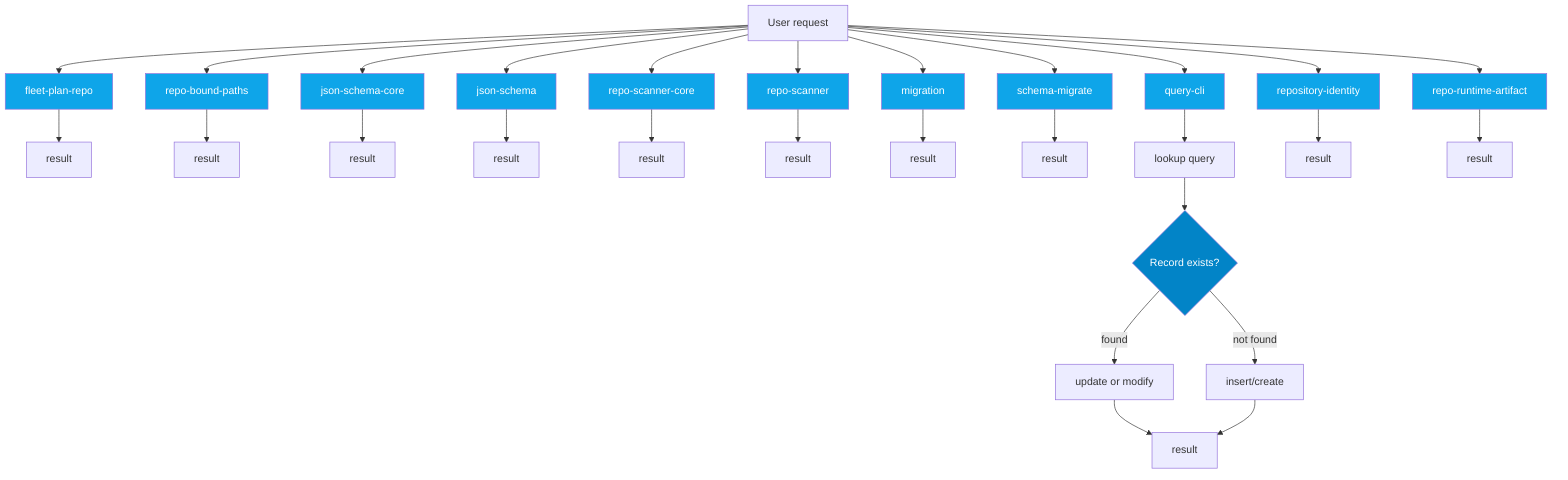
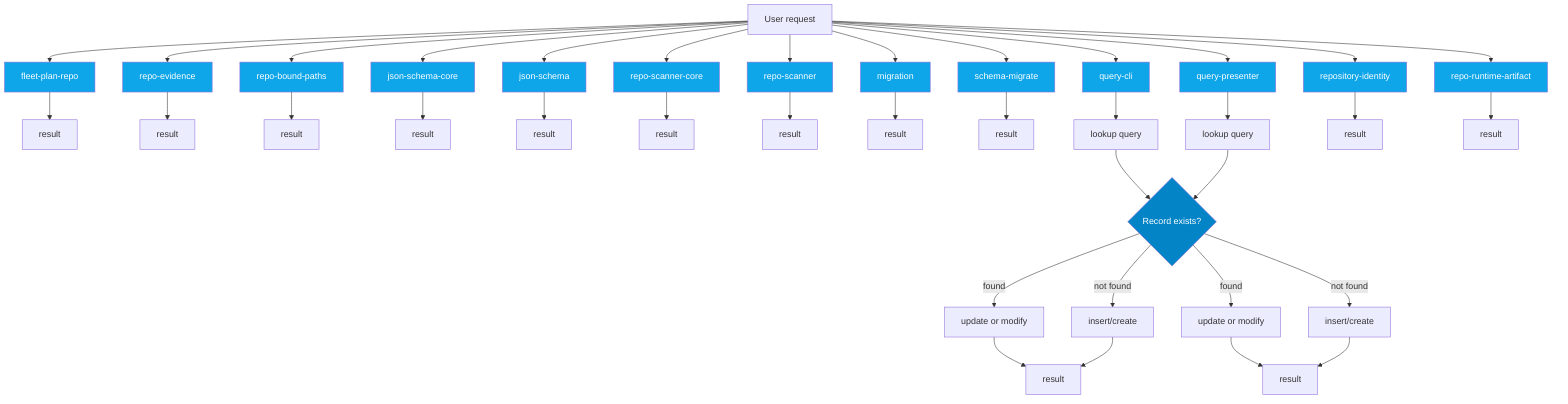
flowchart TD
  UserRequest["User request"]
  Decision{Record exists?}
  fleet_plan_repo_ecdc6499["fleet-plan-repo"]
  UserRequest --> fleet_plan_repo_ecdc6499
  fleet_plan_repo_ecdc6499 --> fleet_plan_repo_ecdc6499_result["result"]
+   repo_evidence_38bb1de5["repo-evidence"]
+   UserRequest --> repo_evidence_38bb1de5
+   repo_evidence_38bb1de5 --> repo_evidence_38bb1de5_result["result"]
  repo_bound_paths_e218b5b3["repo-bound-paths"]
  UserRequest --> repo_bound_paths_e218b5b3
  repo_bound_paths_e218b5b3 --> repo_bound_paths_e218b5b3_result["result"]
  json_schema_core_96d7e328["json-schema-core"]
  UserRequest --> json_schema_core_96d7e328
  json_schema_core_96d7e328 --> json_schema_core_96d7e328_result["result"]
  json_schema_74a768d7["json-schema"]
  UserRequest --> json_schema_74a768d7
  json_schema_74a768d7 --> json_schema_74a768d7_result["result"]
  repo_scanner_core_8e9f7646["repo-scanner-core"]
  UserRequest --> repo_scanner_core_8e9f7646
  repo_scanner_core_8e9f7646 --> repo_scanner_core_8e9f7646_result["result"]
  repo_scanner_a8b2579e["repo-scanner"]
  UserRequest --> repo_scanner_a8b2579e
  repo_scanner_a8b2579e --> repo_scanner_a8b2579e_result["result"]
  migration_8a6cead4["migration"]
  UserRequest --> migration_8a6cead4
  migration_8a6cead4 --> migration_8a6cead4_result["result"]
  schema_migrate_c0646635["schema-migrate"]
  UserRequest --> schema_migrate_c0646635
  schema_migrate_c0646635 --> schema_migrate_c0646635_result["result"]
  query_cli_b95be64d["query-cli"]
  UserRequest --> query_cli_b95be64d
  query_cli_b95be64d --> query_cli_b95be64d_lookup["lookup query"]
  query_cli_b95be64d_lookup --> Decision
  Decision -->|found| query_cli_b95be64d_update["update or modify"]
  Decision -->|not found| query_cli_b95be64d_create["insert/create"]
  query_cli_b95be64d_update --> query_cli_b95be64d_result["result"]
  query_cli_b95be64d_create --> query_cli_b95be64d_result["result"]
+   query_presenter_02e6077c["query-presenter"]
+   UserRequest --> query_presenter_02e6077c
+   query_presenter_02e6077c --> query_presenter_02e6077c_lookup["lookup query"]
+   query_presenter_02e6077c_lookup --> Decision
+   Decision -->|found| query_presenter_02e6077c_update["update or modify"]
+   Decision -->|not found| query_presenter_02e6077c_create["insert/create"]
+   query_presenter_02e6077c_update --> query_presenter_02e6077c_result["result"]
+   query_presenter_02e6077c_create --> query_presenter_02e6077c_result["result"]
  repository_identity_9dc13d37["repository-identity"]
  UserRequest --> repository_identity_9dc13d37
  repository_identity_9dc13d37 --> repository_identity_9dc13d37_result["result"]
  repo_runtime_artifact_139c0fbd["repo-runtime-artifact"]
  UserRequest --> repo_runtime_artifact_139c0fbd
  repo_runtime_artifact_139c0fbd --> repo_runtime_artifact_139c0fbd_result["result"]
  classDef dbNode fill:#0ea5e9,color:#fff
-   class fleet_plan_repo_ecdc6499,repo_bound_paths_e218b5b3,json_schema_core_96d7e328,json_schema_74a768d7,repo_scanner_core_8e9f7646,repo_scanner_a8b2579e,migration_8a6cead4,schema_migrate_c0646635,query_cli_b95be64d,repository_identity_9dc13d37,repo_runtime_artifact_139c0fbd dbNode
+   class fleet_plan_repo_ecdc6499,repo_evidence_38bb1de5,repo_bound_paths_e218b5b3,json_schema_core_96d7e328,json_schema_74a768d7,repo_scanner_core_8e9f7646,repo_scanner_a8b2579e,migration_8a6cead4,schema_migrate_c0646635,query_cli_b95be64d,query_presenter_02e6077c,repository_identity_9dc13d37,repo_runtime_artifact_139c0fbd dbNode
  classDef decisionNode fill:#0284c7,color:#fff
  class Decision decisionNode
